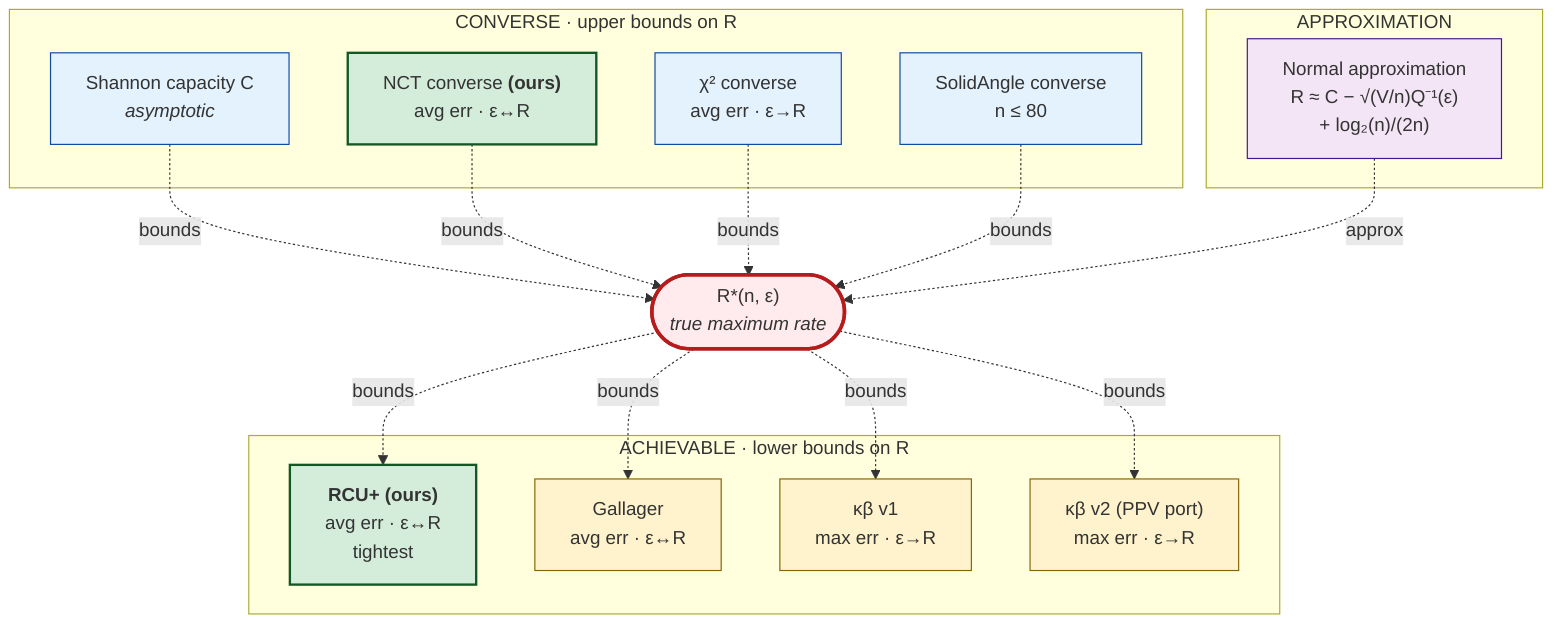
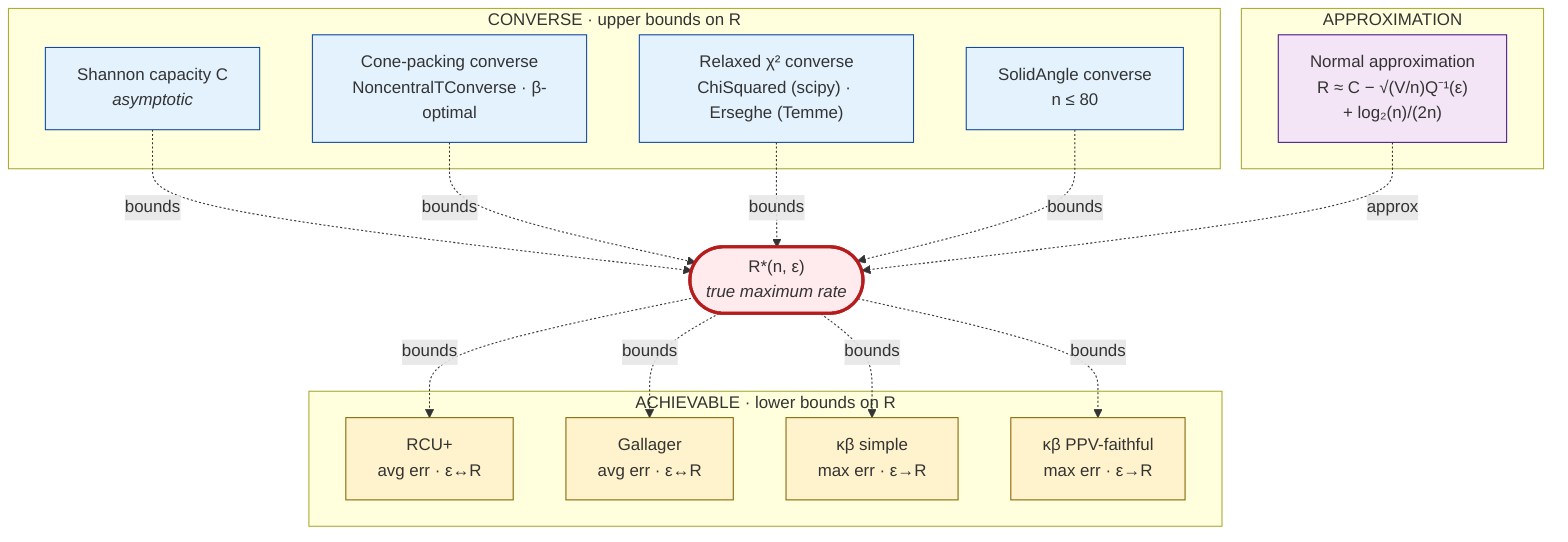
graph TB
    Rstar(["R*(n, ε)<br/><i>true maximum rate</i>"])

    subgraph Converse["CONVERSE · upper bounds on R"]
        Ccap["Shannon capacity C<br/><i>asymptotic</i>"]
-         Cnct["NCT converse <b>(ours)</b><br/>avg err · ε↔R"]
-         Cchi["χ² converse<br/>avg err · ε→R"]
+         Cnct["Cone-packing converse<br/>NoncentralTConverse · β-optimal"]
+         Cchi["Relaxed χ² converse<br/>ChiSquared (scipy) · Erseghe (Temme)"]
        Csph["SolidAngle converse<br/>n ≤ 80"]
    end

    subgraph Achievable["ACHIEVABLE · lower bounds on R"]
-         Arcu["<b>RCU+ (ours)</b><br/>avg err · ε↔R<br/>tightest"]
+         Arcu["RCU+<br/>avg err · ε↔R"]
        Aga["Gallager<br/>avg err · ε↔R"]
-         Akb1["κβ v1<br/>max err · ε→R"]
-         Akb2["κβ v2 (PPV port)<br/>max err · ε→R"]
+         Akb1["κβ simple<br/>max err · ε→R"]
+         Akb2["κβ PPV-faithful<br/>max err · ε→R"]
    end

    subgraph Approx["APPROXIMATION"]
        Anorm["Normal approximation<br/>R ≈ C − √(V/n)Q⁻¹(ε)<br/>+ log₂(n)/(2n)"]
    end

    Ccap  -. bounds .-> Rstar
    Cnct  -. bounds .-> Rstar
    Cchi  -. bounds .-> Rstar
    Csph  -. bounds .-> Rstar
    Rstar -. bounds .-> Arcu
    Rstar -. bounds .-> Aga
    Rstar -. bounds .-> Akb1
    Rstar -. bounds .-> Akb2
    Anorm -. approx .-> Rstar

    classDef truth fill:#ffebee,stroke:#b71c1c,stroke-width:3px
-     classDef ours fill:#d4edda,stroke:#155724,stroke-width:2px
    classDef conv fill:#e3f2fd,stroke:#0d47a1
    classDef ach fill:#fff3cd,stroke:#856404
    classDef approx fill:#f3e5f5,stroke:#4a148c

    class Rstar truth
-     class Cnct,Arcu ours
-     class Ccap,Cchi,Csph conv
-     class Aga,Akb1,Akb2 ach
+     class Ccap,Cnct,Cchi,Csph conv
+     class Arcu,Aga,Akb1,Akb2 ach
    class Anorm approx
